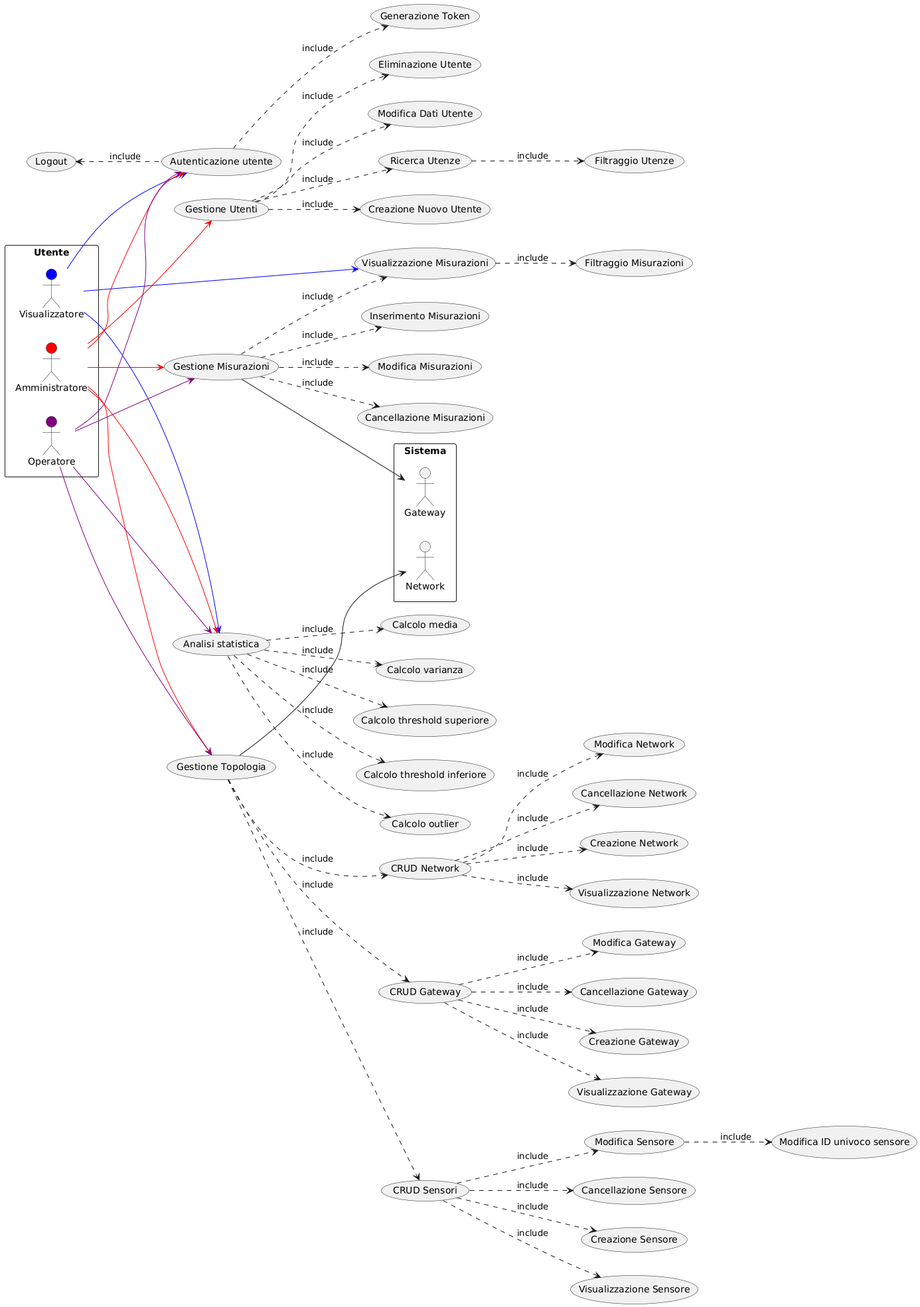
The PlantUML diagram risorse/use-cases.png in KleZeqaj/GeoControl, before a commit.
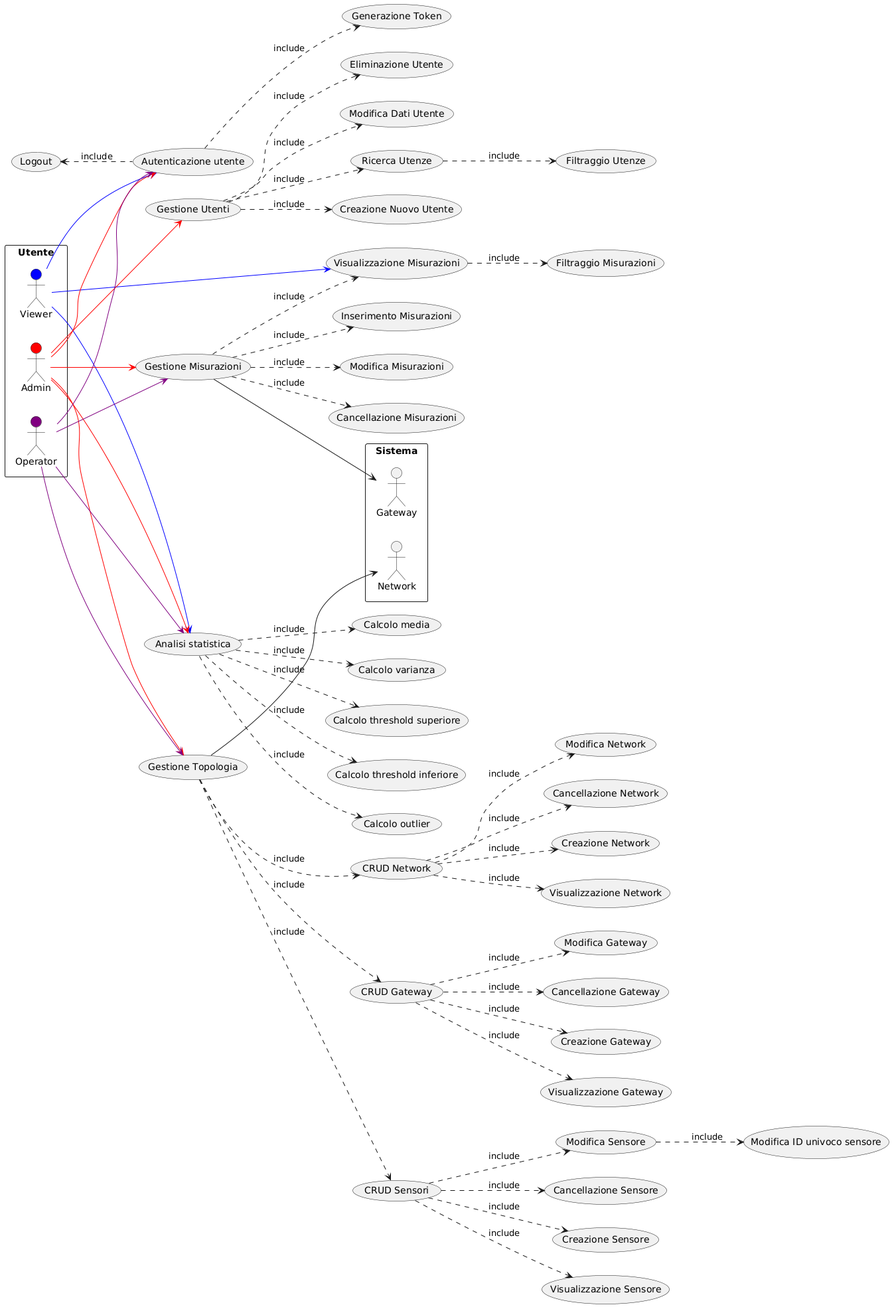
After the commit.

Commit message:
[req]: - Sistemata coerenza per Class diagram, Use cases e plantuml.md - Aggiornato voci in Contents per Use cases e Scenarios

Change to the diagram source:
```diff
@@ -2,9 +2,9 @@
 left to right direction
 
 rectangle Utente {
-actor Amministratore #red
-actor Operatore #purple
-actor Visualizzatore #blue
+actor Admin #red
+actor Operator #purple
+actor Viewer #blue
 }
 
 rectangle Sistema {
@@ -85,18 +85,18 @@
 UC38 ..> UC42 : include
 UC38 ..> UC43 : include
 
-Visualizzatore --> UC1 #blue
-Visualizzatore --> UC18 #blue
-Visualizzatore --> UC38 #blue
-Amministratore --> UC1 #red
-Amministratore --> UC2 #red
-Amministratore --> UC14 #red
-Amministratore --> UC20 #red
-Amministratore --> UC38 #red
-Operatore --> UC1 #purple
-Operatore --> UC14 #purple
-Operatore --> UC20 #purple
-Operatore --> UC38 #purple
+Viewer --> UC1 #blue
+Viewer --> UC18 #blue
+Viewer --> UC38 #blue
+Admin --> UC1 #red
+Admin --> UC2 #red
+Admin --> UC14 #red
+Admin --> UC20 #red
+Admin --> UC38 #red
+Operator --> UC1 #purple
+Operator --> UC14 #purple
+Operator --> UC20 #purple
+Operator --> UC38 #purple
 UC14 --> Gateway
 UC20 --> Network
 @enduml
```
